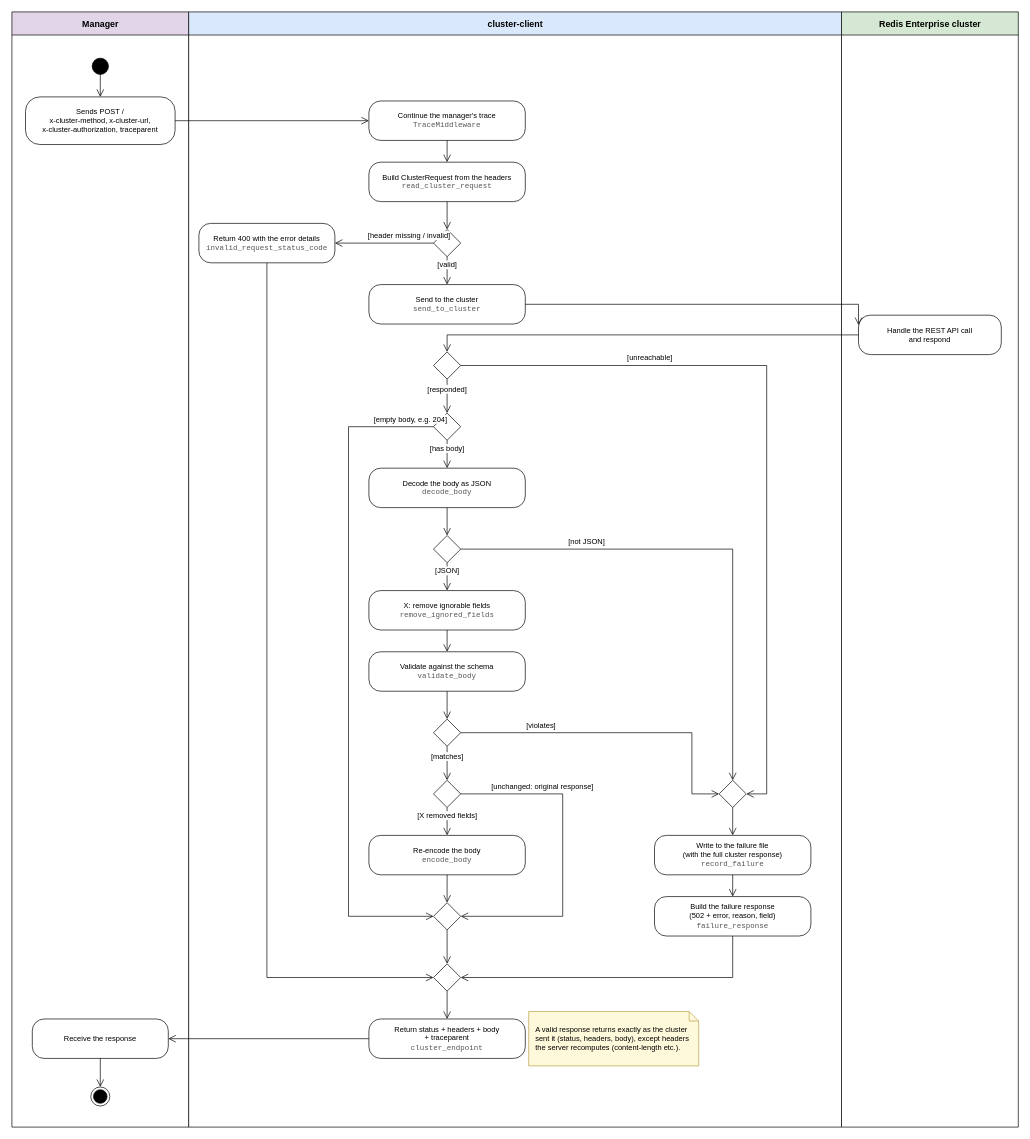
Before: docs/diagrams/flow.drawio in EliShteinman/cluster-client, a draw.io diagram. Source tidied: cells renumbered, new cells numbered last; positions are measured from the earlier drawing's top-left corner, leaving out a move shared by most shapes. Both pictures are drawn from the tidied source at 68%, with x=0, y=0 at pixel (12, 12).
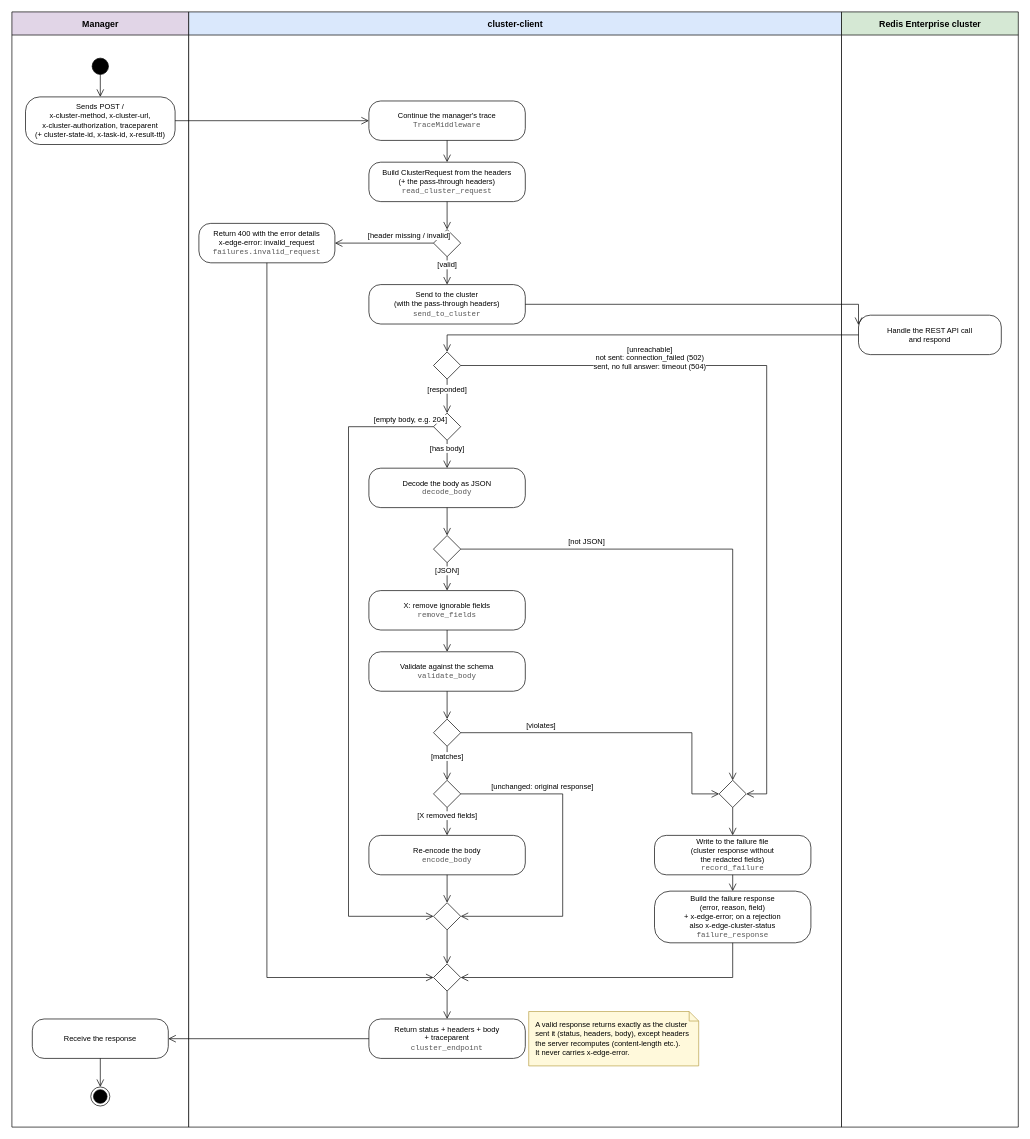
Above is the later version.

Commit message (it also covers changes not shown here):
docs(diagrams): pass-through headers, failure codes and markers, redacted failure log

The change refers to these unchanged cells:
```xml
<mxCell id="13" style="rhombus;whiteSpace=wrap;html=1;fillColor=#FFFFFF;labelPosition=left;verticalLabelPosition=middle;align=right;verticalAlign=middle;spacingRight=6;fontFamily=Helvetica;fontSize=11;" parent="1" vertex="1">
  <mxGeometry x="620" y="500" width="40" height="40" as="geometry" />
</mxCell>
<mxCell id="23" style="rhombus;whiteSpace=wrap;html=1;fillColor=#FFFFFF;labelPosition=left;verticalLabelPosition=middle;align=right;verticalAlign=middle;spacingRight=6;fontFamily=Helvetica;fontSize=11;" parent="1" vertex="1">
  <mxGeometry x="1040" y="1130" width="40" height="40" as="geometry" />
</mxCell>
```

Diff of the diagram source:
```diff
@@
-    <mxCell id="6" value="Sends POST /&lt;br&gt;x-cluster-method, x-cluster-url,&lt;br&gt;x-cluster-authorization, traceparent" style="rounded=1;arcSize=30;whiteSpace=wrap;html=1;fillColor=#FFFFFF;fontFamily=Helvetica;fontSize=11;" parent="1" vertex="1">
+    <mxCell id="6" value="Sends POST /&lt;br&gt;x-cluster-method, x-cluster-url,&lt;br&gt;x-cluster-authorization, traceparent&lt;br&gt;(+ cluster-state-id, x-task-id, x-result-ttl)" style="rounded=1;arcSize=30;whiteSpace=wrap;html=1;fillColor=#FFFFFF;fontFamily=Helvetica;fontSize=11;" parent="1" vertex="1">
       <mxGeometry x="20" y="125" width="220" height="70" as="geometry" />
     </mxCell>
@@
-    <mxCell id="8" value="Build ClusterRequest from the headers&lt;br&gt;&lt;font color=&quot;#555555&quot; face=&quot;Courier New&quot;&gt;read_cluster_request&lt;/font&gt;" style="rounded=1;arcSize=30;whiteSpace=wrap;html=1;fillColor=#FFFFFF;fontFamily=Helvetica;fontSize=11;" parent="1" vertex="1">
+    <mxCell id="8" value="Build ClusterRequest from the headers&lt;br&gt;(+ the pass-through headers)&lt;br&gt;&lt;font color=&quot;#555555&quot; face=&quot;Courier New&quot;&gt;read_cluster_request&lt;/font&gt;" style="rounded=1;arcSize=30;whiteSpace=wrap;html=1;fillColor=#FFFFFF;fontFamily=Helvetica;fontSize=11;" parent="1" vertex="1">
       <mxGeometry x="525" y="221" width="230" height="58" as="geometry" />
     </mxCell>
@@
-    <mxCell id="10" value="Return 400 with the error details&lt;br&gt;&lt;font color=&quot;#555555&quot; face=&quot;Courier New&quot;&gt;invalid_request_status_code&lt;/font&gt;" style="rounded=1;arcSize=30;whiteSpace=wrap;html=1;fillColor=#FFFFFF;fontFamily=Helvetica;fontSize=11;" parent="1" vertex="1">
+    <mxCell id="10" value="Return 400 with the error details&lt;br&gt;x-edge-error: invalid_request&lt;br&gt;&lt;font color=&quot;#555555&quot; face=&quot;Courier New&quot;&gt;failures.invalid_request&lt;/font&gt;" style="rounded=1;arcSize=30;whiteSpace=wrap;html=1;fillColor=#FFFFFF;fontFamily=Helvetica;fontSize=11;" parent="1" vertex="1">
       <mxGeometry x="275" y="311" width="200" height="58" as="geometry" />
     </mxCell>
-    <mxCell id="11" value="Send to the cluster&lt;br&gt;&lt;font color=&quot;#555555&quot; face=&quot;Courier New&quot;&gt;send_to_cluster&lt;/font&gt;" style="rounded=1;arcSize=30;whiteSpace=wrap;html=1;fillColor=#FFFFFF;fontFamily=Helvetica;fontSize=11;" parent="1" vertex="1">
+    <mxCell id="11" value="Send to the cluster&lt;br&gt;(with the pass-through headers)&lt;br&gt;&lt;font color=&quot;#555555&quot; face=&quot;Courier New&quot;&gt;send_to_cluster&lt;/font&gt;" style="rounded=1;arcSize=30;whiteSpace=wrap;html=1;fillColor=#FFFFFF;fontFamily=Helvetica;fontSize=11;" parent="1" vertex="1">
       <mxGeometry x="525" y="401" width="230" height="58" as="geometry" />
     </mxCell>
@@
-    <mxCell id="17" value="X: remove ignorable fields&lt;br&gt;&lt;font color=&quot;#555555&quot; face=&quot;Courier New&quot;&gt;remove_ignored_fields&lt;/font&gt;" style="rounded=1;arcSize=30;whiteSpace=wrap;html=1;fillColor=#FFFFFF;fontFamily=Helvetica;fontSize=11;" parent="1" vertex="1">
+    <mxCell id="17" value="X: remove ignorable fields&lt;br&gt;&lt;font color=&quot;#555555&quot; face=&quot;Courier New&quot;&gt;remove_fields&lt;/font&gt;" style="rounded=1;arcSize=30;whiteSpace=wrap;html=1;fillColor=#FFFFFF;fontFamily=Helvetica;fontSize=11;" parent="1" vertex="1">
       <mxGeometry x="525" y="851" width="230" height="58" as="geometry" />
     </mxCell>
@@
-    <mxCell id="24" value="Write to the failure file&lt;br&gt;(with the full cluster response)&lt;br&gt;&lt;font color=&quot;#555555&quot; face=&quot;Courier New&quot;&gt;record_failure&lt;/font&gt;" style="rounded=1;arcSize=30;whiteSpace=wrap;html=1;fillColor=#FFFFFF;fontFamily=Helvetica;fontSize=11;" parent="1" vertex="1">
+    <mxCell id="24" value="Write to the failure file&lt;br&gt;(cluster response without&lt;br&gt;the redacted fields)&lt;br&gt;&lt;font color=&quot;#555555&quot; face=&quot;Courier New&quot;&gt;record_failure&lt;/font&gt;" style="rounded=1;arcSize=30;whiteSpace=wrap;html=1;fillColor=#FFFFFF;fontFamily=Helvetica;fontSize=11;" parent="1" vertex="1">
       <mxGeometry x="945" y="1211" width="230" height="58" as="geometry" />
     </mxCell>
-    <mxCell id="25" value="Build the failure response&lt;br&gt;(502 + error, reason, field)&lt;br&gt;&lt;font color=&quot;#555555&quot; face=&quot;Courier New&quot;&gt;failure_response&lt;/font&gt;" style="rounded=1;arcSize=30;whiteSpace=wrap;html=1;fillColor=#FFFFFF;fontFamily=Helvetica;fontSize=11;" parent="1" vertex="1">
-      <mxGeometry x="945" y="1301" width="230" height="58" as="geometry" />
+    <mxCell id="25" value="Build the failure response&lt;br&gt;(error, reason, field)&lt;br&gt;+ x-edge-error; on a rejection&lt;br&gt;also x-edge-cluster-status&lt;br&gt;&lt;font color=&quot;#555555&quot; face=&quot;Courier New&quot;&gt;failure_response&lt;/font&gt;" style="rounded=1;arcSize=30;whiteSpace=wrap;html=1;fillColor=#FFFFFF;fontFamily=Helvetica;fontSize=11;" parent="1" vertex="1">
+      <mxGeometry x="945" y="1293" width="230" height="76" as="geometry" />
     </mxCell>
@@
-    <mxCell id="39" value="[unreachable]" style="edgeStyle=orthogonalEdgeStyle;rounded=0;html=1;endArrow=open;endSize=9;fontFamily=Helvetica;fontSize=11;labelBackgroundColor=#FFFFFF;exitX=1;exitY=0.5;exitDx=0;exitDy=0;entryX=1;entryY=0.5;entryDx=0;entryDy=0;" parent="1" edge="1" source="13" target="23">
+    <mxCell id="39" value="[unreachable]&lt;br&gt;not sent: connection_failed (502)&lt;br&gt;sent, no full answer: timeout (504)" style="edgeStyle=orthogonalEdgeStyle;rounded=0;html=1;endArrow=open;endSize=9;fontFamily=Helvetica;fontSize=11;labelBackgroundColor=#FFFFFF;exitX=1;exitY=0.5;exitDx=0;exitDy=0;entryX=1;entryY=0.5;entryDx=0;entryDy=0;" parent="1" edge="1" source="13" target="23">
       <mxGeometry x="-0.5" relative="1" as="geometry">
         <Array as="points">
           <mxPoint x="1110" y="520" />
           <mxPoint x="1110" y="1150" />
         </Array>
         <mxPoint y="-11" as="offset" />
       </mxGeometry>
     </mxCell>
@@
-    <mxCell id="60" value="A valid response returns exactly as the cluster&lt;br&gt;sent it (status, headers, body), except headers&lt;br&gt;the server recomputes (content-length etc.)." style="shape=note;size=14;whiteSpace=wrap;html=1;align=left;spacingLeft=8;spacingLeft=8;fillColor=#FFF9DB;strokeColor=#B8A14A;fontFamily=Helvetica;fontSize=11;" parent="1" vertex="1">
+    <mxCell id="60" value="A valid response returns exactly as the cluster&lt;br&gt;sent it (status, headers, body), except headers&lt;br&gt;the server recomputes (content-length etc.).&lt;br&gt;It never carries x-edge-error." style="shape=note;size=14;whiteSpace=wrap;html=1;align=left;spacingLeft=8;spacingLeft=8;fillColor=#FFF9DB;strokeColor=#B8A14A;fontFamily=Helvetica;fontSize=11;" parent="1" vertex="1">
       <mxGeometry x="760" y="1470" width="250" height="80" as="geometry" />
     </mxCell>
```
